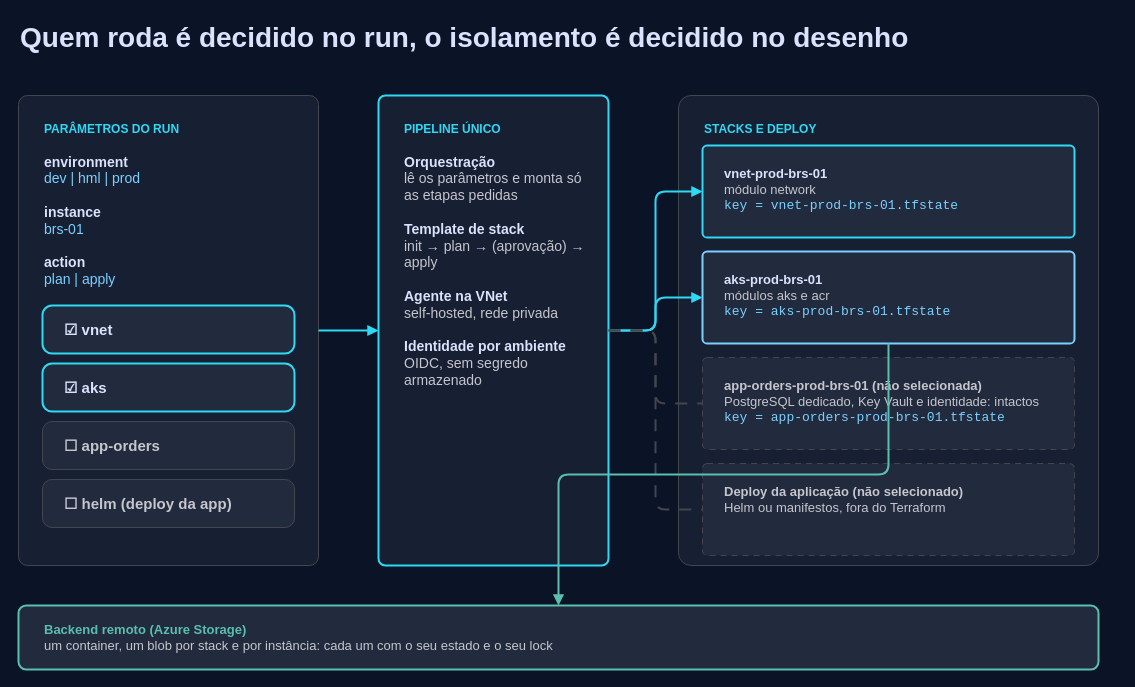
The draw.io diagram public/images/blog/2026-11-21/parametros-selecionam-stacks.drawio in rezendesfelipe/rezendesfelipe.github.io, before the edit. Source tidied: cells renumbered, new cells numbered last; positions are measured from the earlier drawing's top-left corner, leaving out a move shared by most shapes. Both pictures are drawn from the tidied source at 100%, with x=0, y=0 at pixel (18, 17).
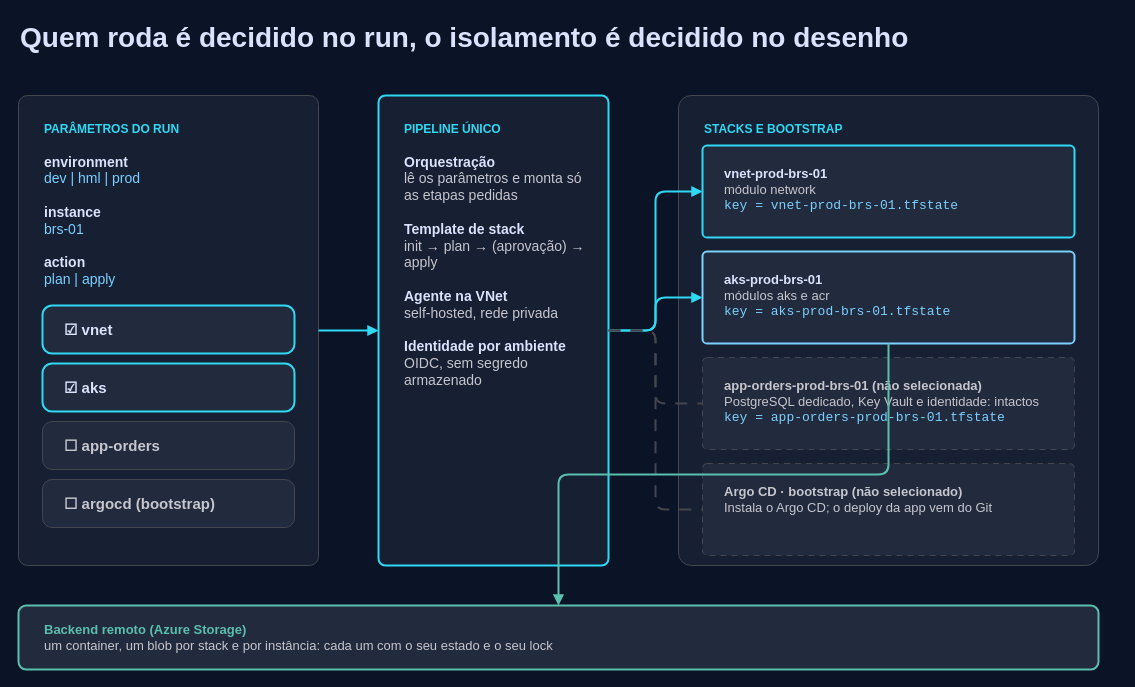
Above is the later version.

Commit message (it also covers changes not shown here):
docs(blog): replace Helm deploy with Argo CD (GitOps) under infra/argocd

What changed in the source:
```diff
@@
-    <mxCell id="7" value="☐ helm (deploy da app)" style="rounded=1;arcSize=20;html=1;whiteSpace=wrap;align=left;spacingLeft=20;verticalAlign=middle;fillColor=#222a3d;strokeColor=#45464d;strokeWidth=1;fontColor=#c6c6cd;fontFamily=Space Grotesk;fontSize=15;fontStyle=1;" parent="1" vertex="1">
+    <mxCell id="7" value="☐ argocd (bootstrap)" style="rounded=1;arcSize=20;html=1;whiteSpace=wrap;align=left;spacingLeft=20;verticalAlign=middle;fillColor=#222a3d;strokeColor=#45464d;strokeWidth=1;fontColor=#c6c6cd;fontFamily=Space Grotesk;fontSize=15;fontStyle=1;" parent="1" vertex="1">
       <mxGeometry x="24" y="462" width="252" height="48" as="geometry" />
     </mxCell>
@@
-    <mxCell id="9" value="&lt;b style=&quot;font-family:Space Grotesk;color:#2fd9f4;font-size:12px&quot;&gt;STACKS E DEPLOY&lt;/b&gt;" style="rounded=1;arcSize=3;html=1;whiteSpace=wrap;align=left;verticalAlign=top;spacingLeft=24;spacingTop=18;fillColor=#171f33;strokeColor=#45464d;fontColor=#dae2fd;fontFamily=Manrope;fontSize=14;" parent="1" vertex="1">
+    <mxCell id="9" value="&lt;b style=&quot;font-family:Space Grotesk;color:#2fd9f4;font-size:12px&quot;&gt;STACKS E BOOTSTRAP&lt;/b&gt;" style="rounded=1;arcSize=3;html=1;whiteSpace=wrap;align=left;verticalAlign=top;spacingLeft=24;spacingTop=18;fillColor=#171f33;strokeColor=#45464d;fontColor=#dae2fd;fontFamily=Manrope;fontSize=14;" parent="1" vertex="1">
       <mxGeometry x="660" y="78" width="420" height="470" as="geometry" />
     </mxCell>
@@
-    <mxCell id="13" value="&lt;b&gt;Deploy da aplicação  (não selecionado)&lt;/b&gt;&lt;br&gt;&lt;font color=&quot;#c6c6cd&quot;&gt;Helm ou manifestos, fora do Terraform&lt;/font&gt;" style="rounded=1;arcSize=5;html=1;whiteSpace=wrap;align=left;verticalAlign=top;spacingLeft=20;spacingTop=14;spacingRight=10;fillColor=#222a3d;strokeColor=#45464d;strokeWidth=1;dashed=1;dashPattern=6 5;fontColor=#c6c6cd;fontFamily=Manrope;fontSize=13;" parent="1" vertex="1">
+    <mxCell id="13" value="&lt;b&gt;Argo CD · bootstrap  (não selecionado)&lt;/b&gt;&lt;br&gt;&lt;font color=&quot;#c6c6cd&quot;&gt;Instala o Argo CD; o deploy da app vem do Git&lt;/font&gt;" style="rounded=1;arcSize=5;html=1;whiteSpace=wrap;align=left;verticalAlign=top;spacingLeft=20;spacingTop=14;spacingRight=10;fillColor=#222a3d;strokeColor=#45464d;strokeWidth=1;dashed=1;dashPattern=6 5;fontColor=#c6c6cd;fontFamily=Manrope;fontSize=13;" parent="1" vertex="1">
       <mxGeometry x="684" y="446" width="372" height="92" as="geometry" />
     </mxCell>
```
